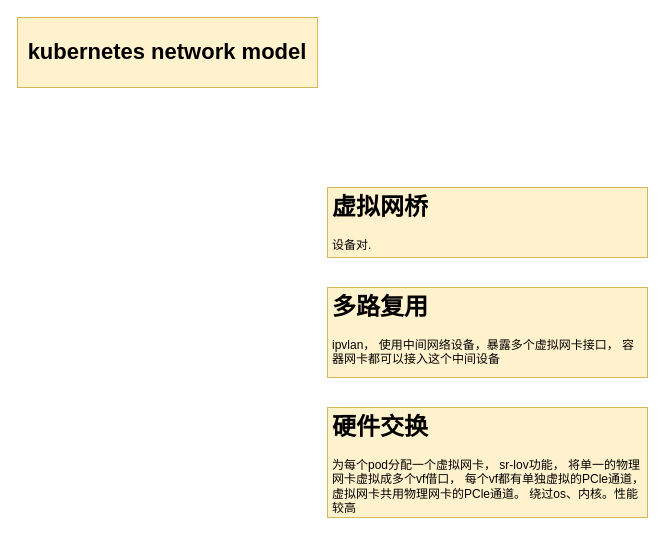
Above: flannel.drawio in Venurs/draw (draw.io), before the change. Source tidied: cells renumbered, new cells numbered last; positions are measured from the earlier drawing's top-left corner, leaving out a move shared by most shapes. Both pictures are drawn from the tidied source at 100%, with x=0, y=0 at pixel (17, 17).
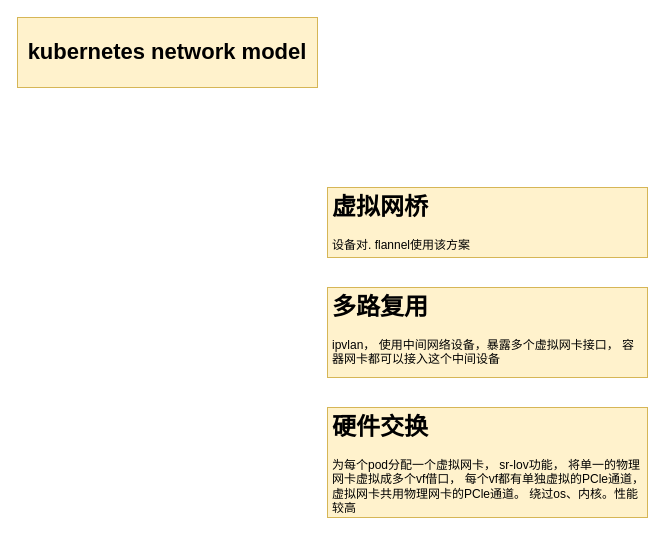
The same page after the edit.

Diff of the diagram source:
```diff
@@
 <mxGraphModel>
   <root>
     <mxCell id="0" />
     <mxCell id="1" parent="0" />
-    <mxCell id="2" value="&lt;h1&gt;虚拟网桥&lt;/h1&gt;&lt;p&gt;设备对.&lt;/p&gt;" style="text;html=1;strokeColor=#d6b656;fillColor=#fff2cc;spacing=5;spacingTop=-20;whiteSpace=wrap;overflow=hidden;rounded=0;" parent="1" vertex="1">
+    <mxCell id="2" value="&lt;h1&gt;虚拟网桥&lt;/h1&gt;&lt;p&gt;设备对. flannel使用该方案&lt;/p&gt;" style="text;html=1;strokeColor=#d6b656;fillColor=#fff2cc;spacing=5;spacingTop=-20;whiteSpace=wrap;overflow=hidden;rounded=0;" parent="1" vertex="1">
       <mxGeometry x="310" y="170" width="320" height="70" as="geometry" />
     </mxCell>
     <mxCell id="3" value="kubernetes network model" style="text;html=1;strokeColor=#d6b656;fillColor=#fff2cc;align=center;verticalAlign=middle;whiteSpace=wrap;rounded=0;fontStyle=1;fontSize=22;" parent="1" vertex="1">
       <mxGeometry width="300" height="70" as="geometry" />
     </mxCell>
     <mxCell id="4" value="&lt;h1&gt;多路复用&lt;/h1&gt;&lt;p&gt;ipvlan， 使用中间网络设备，暴露多个虚拟网卡接口， 容器网卡都可以接入这个中间设备&lt;/p&gt;" style="text;html=1;strokeColor=#d6b656;fillColor=#fff2cc;spacing=5;spacingTop=-20;whiteSpace=wrap;overflow=hidden;rounded=0;" parent="1" vertex="1">
       <mxGeometry x="310" y="270" width="320" height="90" as="geometry" />
     </mxCell>
     <mxCell id="5" value="&lt;h1&gt;硬件交换&lt;/h1&gt;&lt;p&gt;为每个pod分配一个虚拟网卡， sr-lov功能， 将单一的物理网卡虚拟成多个vf借口， 每个vf都有单独虚拟的PCle通道， 虚拟网卡共用物理网卡的PCle通道。 绕过os、内核。性能较高&lt;/p&gt;" style="text;html=1;strokeColor=#d6b656;fillColor=#fff2cc;spacing=5;spacingTop=-20;whiteSpace=wrap;overflow=hidden;rounded=0;" parent="1" vertex="1">
       <mxGeometry x="310" y="390" width="320" height="110" as="geometry" />
     </mxCell>
   </root>
 </mxGraphModel>
```
